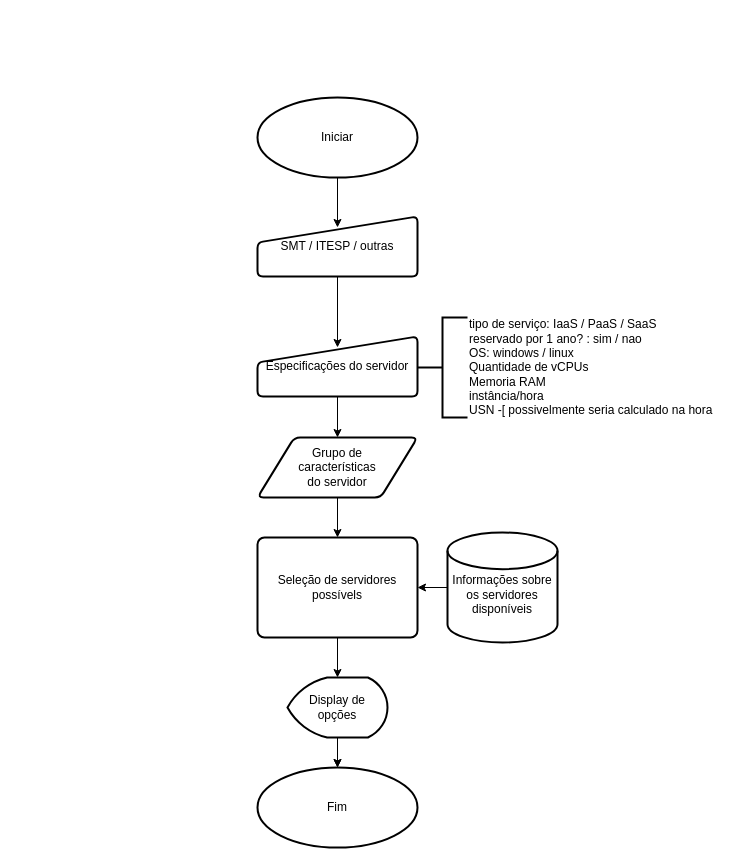
Earlier version of the draw.io diagram Untitled Diagram.drawio (PedroManse/SMTCAT). Source tidied: cells renumbered, new cells numbered last; positions are measured from the earlier drawing's top-left corner, leaving out a move shared by most shapes. Both pictures are drawn from the tidied source at 100%, with x=0, y=0 at pixel (257, 97).
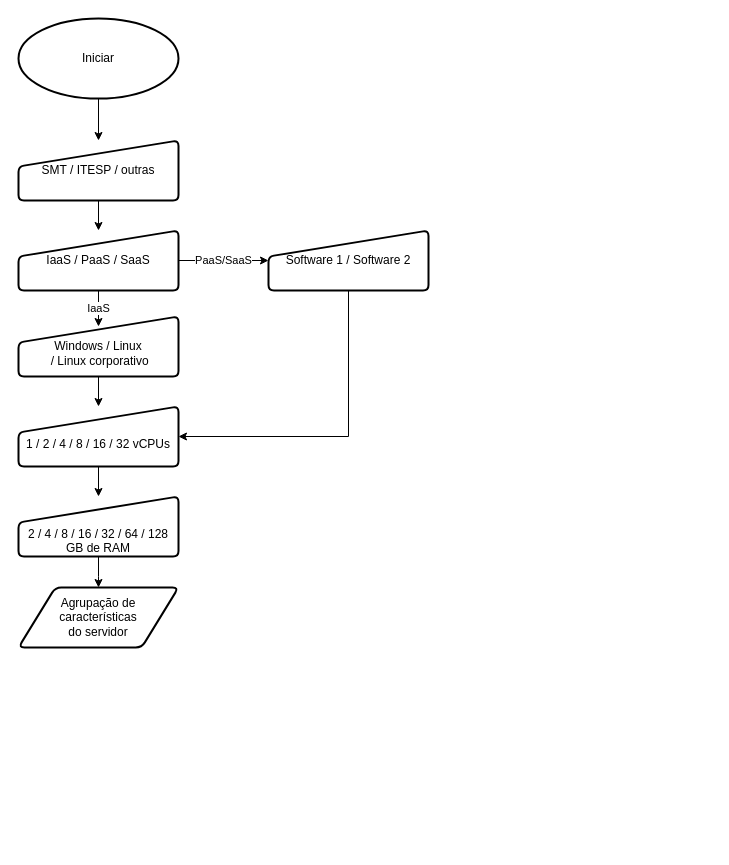
The same page after the edit.

Commit message:
especificando as características; TODO: include VPN/IP/HDD

What changed in the source:
```diff
@@
-    <mxCell id="2" style="edgeStyle=orthogonalEdgeStyle;rounded=0;jettySize=auto;html=1;entryX=0.5;entryY=0.183;entryDx=0;entryDy=0;entryPerimeter=0;" parent="1" edge="1" source="3" target="5">
-      <mxGeometry relative="1" as="geometry" />
-    </mxCell>
+    <mxCell id="19" style="edgeStyle=orthogonalEdgeStyle;rounded=0;jettySize=auto;html=1;" parent="1" edge="1" source="3" target="22">
+      <mxGeometry relative="1" as="geometry" />
+    </mxCell>
     <mxCell id="3" value="SMT / ITESP / outras" style="html=1;strokeWidth=2;shape=manualInput;whiteSpace=wrap;rounded=1;size=26;arcSize=11;" parent="1" vertex="1">
-      <mxGeometry y="119" width="160" height="60" as="geometry" />
+      <mxGeometry x="-239" y="43" width="160" height="60" as="geometry" />
     </mxCell>
-    <mxCell id="4" style="edgeStyle=orthogonalEdgeStyle;rounded=0;jettySize=auto;html=1;" parent="1" edge="1" source="5" target="10">
-      <mxGeometry relative="1" as="geometry" />
-    </mxCell>
-    <mxCell id="5" value="Especificações do servidor" style="html=1;strokeWidth=2;shape=manualInput;whiteSpace=wrap;rounded=1;size=26;arcSize=11;" parent="1" vertex="1">
-      <mxGeometry y="239" width="160" height="60" as="geometry" />
-    </mxCell>
-    <mxCell id="6" value="tipo de serviço: IaaS / PaaS / SaaS&lt;br&gt;reservado por 1 ano? : sim / nao&lt;br&gt;OS: windows / linux&lt;br&gt;Quantidade de vCPUs&lt;br&gt;Memoria RAM&lt;br&gt;instância/hora&lt;br&gt;USN -[ possivelmente seria calculado na hora" style="strokeWidth=2;html=1;shape=mxgraph.flowchart.annotation_2;align=left;labelPosition=right;" parent="1" vertex="1">
-      <mxGeometry x="160" y="220" width="50" height="100" as="geometry" />
-    </mxCell>
-    <mxCell id="7" style="edgeStyle=orthogonalEdgeStyle;rounded=0;jettySize=auto;html=1;" parent="1" edge="1" source="8" target="15">
-      <mxGeometry relative="1" as="geometry" />
-    </mxCell>
-    <mxCell id="8" value="&lt;div&gt;&lt;br&gt;&lt;/div&gt;&lt;div&gt;Informações sobre os servidores disponíveis&lt;/div&gt;" style="strokeWidth=2;html=1;shape=mxgraph.flowchart.database;whiteSpace=wrap;" parent="1" vertex="1">
-      <mxGeometry x="190" y="435" width="110" height="110" as="geometry" />
-    </mxCell>
-    <mxCell id="9" style="edgeStyle=orthogonalEdgeStyle;rounded=0;jettySize=auto;html=1;entryX=0.5;entryY=0;entryDx=0;entryDy=0;" parent="1" edge="1" source="10" target="15">
-      <mxGeometry relative="1" as="geometry" />
-    </mxCell>
-    <mxCell id="10" value="&lt;div&gt;Grupo de&lt;/div&gt;&lt;div&gt;características&lt;/div&gt;&lt;div&gt;do servidor&lt;/div&gt;" style="shape=parallelogram;html=1;strokeWidth=2;perimeter=parallelogramPerimeter;whiteSpace=wrap;rounded=1;arcSize=12;size=0.23;" parent="1" vertex="1">
-      <mxGeometry y="340" width="160" height="60" as="geometry" />
-    </mxCell>
-    <mxCell id="11" style="edgeStyle=orthogonalEdgeStyle;rounded=0;jettySize=auto;html=1;" parent="1" edge="1" source="13" target="18">
-      <mxGeometry relative="1" as="geometry" />
-    </mxCell>
-    <mxCell id="12" style="edgeStyle=orthogonalEdgeStyle;rounded=0;jettySize=auto;html=1;" parent="1" edge="1" source="13" target="18">
-      <mxGeometry relative="1" as="geometry" />
-    </mxCell>
-    <mxCell id="13" value="&lt;div&gt;Display de&lt;br&gt;&lt;/div&gt;&lt;div&gt;opções&lt;/div&gt;" style="strokeWidth=2;html=1;shape=mxgraph.flowchart.display;whiteSpace=wrap;" parent="1" vertex="1">
-      <mxGeometry x="30" y="580" width="100" height="60" as="geometry" />
-    </mxCell>
-    <mxCell id="14" style="edgeStyle=orthogonalEdgeStyle;rounded=0;jettySize=auto;html=1;" parent="1" edge="1" source="15" target="13">
-      <mxGeometry relative="1" as="geometry" />
-    </mxCell>
-    <mxCell id="15" value="Seleção de servidores possívels" style="rounded=1;whiteSpace=wrap;html=1;absoluteArcSize=1;arcSize=14;strokeWidth=2;" parent="1" vertex="1">
-      <mxGeometry y="440" width="160" height="100" as="geometry" />
-    </mxCell>
-    <mxCell id="16" style="edgeStyle=orthogonalEdgeStyle;rounded=0;jettySize=auto;html=1;exitX=0.5;exitY=1;exitDx=0;exitDy=0;exitPerimeter=0;entryX=0.5;entryY=0.183;entryDx=0;entryDy=0;entryPerimeter=0;" parent="1" edge="1" source="17" target="3">
+    <mxCell id="16" style="edgeStyle=orthogonalEdgeStyle;rounded=0;jettySize=auto;html=1;" parent="1" edge="1" source="17" target="3">
       <mxGeometry relative="1" as="geometry" />
     </mxCell>
     <mxCell id="17" value="Iniciar" style="strokeWidth=2;html=1;shape=mxgraph.flowchart.start_1;whiteSpace=wrap;" parent="1" vertex="1">
-      <mxGeometry width="160" height="80" as="geometry" />
+      <mxGeometry x="-239" y="-79" width="160" height="80" as="geometry" />
     </mxCell>
-    <mxCell id="18" value="&lt;div&gt;Fim&lt;/div&gt;" style="strokeWidth=2;html=1;shape=mxgraph.flowchart.start_1;whiteSpace=wrap;" parent="1" vertex="1">
-      <mxGeometry y="670" width="160" height="80" as="geometry" />
-    </mxCell>
+    <mxCell id="20" value="IaaS " style="edgeStyle=orthogonalEdgeStyle;rounded=0;jettySize=auto;html=1;" parent="1" edge="1" source="22">
+      <mxGeometry relative="1" as="geometry">
+        <mxPoint x="-159" y="229" as="targetPoint" />
+      </mxGeometry>
+    </mxCell>
+    <mxCell id="21" value="&lt;div&gt;PaaS/SaaS&lt;/div&gt;" style="edgeStyle=orthogonalEdgeStyle;rounded=0;jettySize=auto;html=1;" parent="1" edge="1" source="22" target="30">
+      <mxGeometry relative="1" as="geometry" />
+    </mxCell>
+    <mxCell id="22" value="IaaS / PaaS / SaaS" style="html=1;strokeWidth=2;shape=manualInput;whiteSpace=wrap;rounded=1;size=26;arcSize=11;" parent="1" vertex="1">
+      <mxGeometry x="-239" y="133" width="160" height="60" as="geometry" />
+    </mxCell>
+    <mxCell id="23" style="edgeStyle=orthogonalEdgeStyle;rounded=0;jettySize=auto;html=1;" parent="1" edge="1" source="24" target="26">
+      <mxGeometry relative="1" as="geometry" />
+    </mxCell>
+    <mxCell id="24" value="&lt;div&gt;&lt;br&gt;&lt;/div&gt;&lt;div&gt;Windows / Linux&lt;/div&gt;&amp;nbsp;/ Linux corporativo" style="html=1;strokeWidth=2;shape=manualInput;whiteSpace=wrap;rounded=1;size=26;arcSize=11;" parent="1" vertex="1">
+      <mxGeometry x="-239" y="219" width="160" height="60" as="geometry" />
+    </mxCell>
+    <mxCell id="25" style="edgeStyle=orthogonalEdgeStyle;rounded=0;jettySize=auto;html=1;" parent="1" edge="1" source="26" target="28">
+      <mxGeometry relative="1" as="geometry" />
+    </mxCell>
+    <mxCell id="26" value="&lt;div&gt;&lt;br&gt;&lt;/div&gt;&lt;div&gt;1 / 2 / 4 / 8 / 16 / 32 vCPUs&lt;/div&gt;" style="html=1;strokeWidth=2;shape=manualInput;whiteSpace=wrap;rounded=1;size=26;arcSize=11;" parent="1" vertex="1">
+      <mxGeometry x="-239" y="309" width="160" height="60" as="geometry" />
+    </mxCell>
+    <mxCell id="27" style="edgeStyle=orthogonalEdgeStyle;rounded=0;jettySize=auto;html=1;" parent="1" edge="1" source="28">
+      <mxGeometry relative="1" as="geometry">
+        <mxPoint x="-159" y="490" as="targetPoint" />
+      </mxGeometry>
+    </mxCell>
+    <mxCell id="28" value="&lt;div&gt;&lt;br&gt;&lt;/div&gt;&lt;div&gt;&lt;br&gt;&lt;/div&gt;&lt;div&gt;2 / 4 / 8 / 16 / 32 / 64 / 128 GB de RAM&lt;/div&gt;" style="html=1;strokeWidth=2;shape=manualInput;whiteSpace=wrap;rounded=1;size=26;arcSize=11;" parent="1" vertex="1">
+      <mxGeometry x="-239" y="399" width="160" height="60" as="geometry" />
+    </mxCell>
+    <mxCell id="29" value="&lt;div&gt;Agrupação de&lt;/div&gt;&lt;div&gt;características&lt;/div&gt;&lt;div&gt;do servidor&lt;/div&gt;" style="shape=parallelogram;html=1;strokeWidth=2;perimeter=parallelogramPerimeter;whiteSpace=wrap;rounded=1;arcSize=12;size=0.23;" parent="1" vertex="1">
+      <mxGeometry x="-239" y="490" width="160" height="60" as="geometry" />
+    </mxCell>
+    <mxCell id="30" value="Software 1 / Software 2" style="html=1;strokeWidth=2;shape=manualInput;whiteSpace=wrap;rounded=1;size=26;arcSize=11;" parent="1" vertex="1">
+      <mxGeometry x="11" y="133" width="160" height="60" as="geometry" />
+    </mxCell>
+    <mxCell id="31" style="edgeStyle=orthogonalEdgeStyle;rounded=0;jettySize=auto;html=1;" parent="1" edge="1" source="30" target="26">
+      <mxGeometry relative="1" as="geometry">
+        <Array as="points">
+          <mxPoint x="91" y="339" />
+        </Array>
+      </mxGeometry>
+    </mxCell>
```
